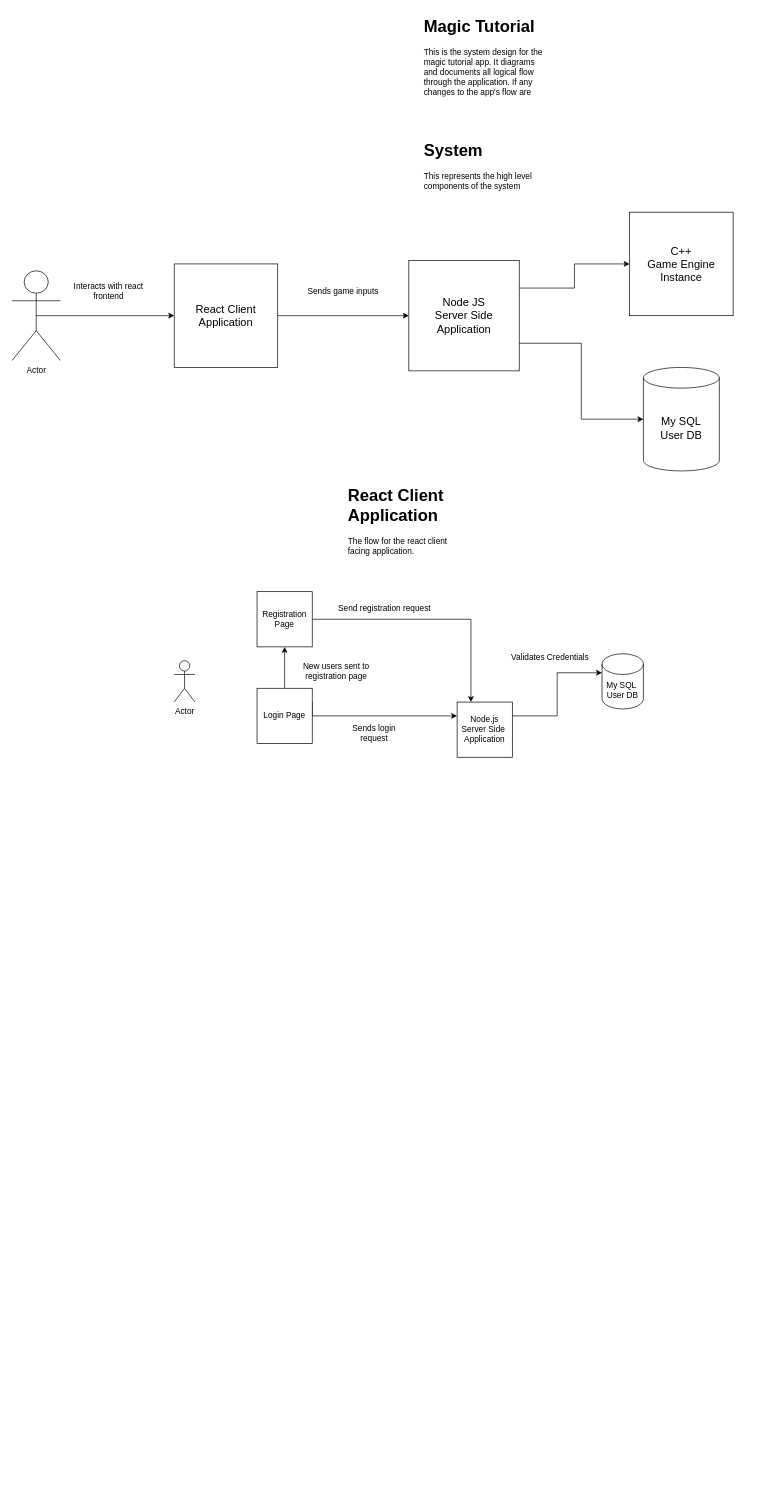
Above: MagicApp.drawio in chammond123/Magic-Tutorial (draw.io), before the change. Source tidied: cells renumbered, new cells numbered last; positions are measured from the earlier drawing's top-left corner, leaving out a move shared by most shapes. Both pictures are drawn from the tidied source at 69%, with x=0, y=0 at pixel (12, 12).
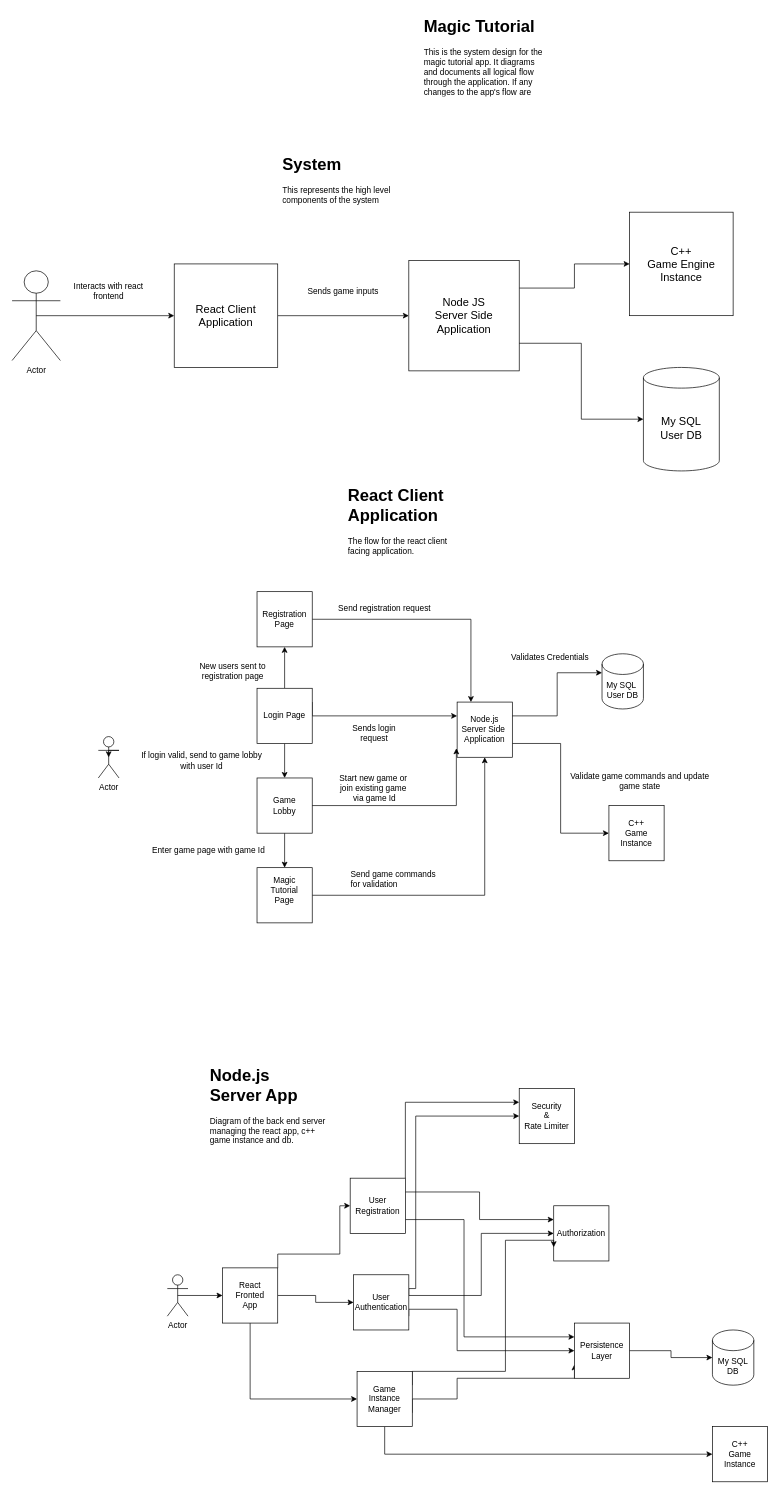
Above is the later version.

Unchanged cells that the change refers to:
```xml
<mxCell id="19" value="Login Page" style="whiteSpace=wrap;html=1;" parent="1" vertex="1">
  <mxGeometry x="355" y="980" width="80" height="80" as="geometry" />
</mxCell>
<mxCell id="20" value="&lt;div&gt;Node.js&lt;/div&gt;&lt;div&gt;Server Side&amp;nbsp;&lt;/div&gt;&lt;div&gt;Application&lt;/div&gt;" style="whiteSpace=wrap;html=1;" parent="1" vertex="1">
  <mxGeometry x="645" y="1000" width="80" height="80" as="geometry" />
</mxCell>
```

What changed in the source:
```diff
@@
     <mxCell id="3" value="&lt;h1 style=&quot;margin-top: 0px;&quot;&gt;System&lt;/h1&gt;&lt;p&gt;This represents the high level components of the system&lt;/p&gt;" style="text;html=1;whiteSpace=wrap;overflow=hidden;rounded=0;" parent="1" vertex="1">
-      <mxGeometry x="595" y="180" width="180" height="120" as="geometry" />
+      <mxGeometry x="390" y="200" width="180" height="120" as="geometry" />
     </mxCell>
@@
     <mxCell id="16" value="Actor" style="shape=umlActor;verticalLabelPosition=bottom;verticalAlign=top;html=1;outlineConnect=0;" parent="1" vertex="1">
-      <mxGeometry x="235" y="940" width="30" height="60" as="geometry" />
+      <mxGeometry x="125" y="1050" width="30" height="60" as="geometry" />
     </mxCell>
@@
+    <mxCell id="29" style="edgeStyle=orthogonalEdgeStyle;rounded=0;jettySize=auto;html=1;exitX=0.5;exitY=1;exitDx=0;exitDy=0;entryX=0.5;entryY=0;entryDx=0;entryDy=0;" parent="1" edge="1" source="19" target="32">
+      <mxGeometry relative="1" as="geometry" />
+    </mxCell>
@@
+    <mxCell id="30" style="edgeStyle=orthogonalEdgeStyle;rounded=0;jettySize=auto;html=1;exitX=1;exitY=0.75;exitDx=0;exitDy=0;entryX=0;entryY=0.5;entryDx=0;entryDy=0;" parent="1" edge="1" source="20" target="40">
+      <mxGeometry relative="1" as="geometry" />
+    </mxCell>
@@
     <mxCell id="27" value="New users sent to&lt;br&gt;registration page" style="text;html=1;align=center;verticalAlign=middle;whiteSpace=wrap;rounded=0;" parent="1" vertex="1">
-      <mxGeometry x="405" y="940" width="130" height="30" as="geometry" />
+      <mxGeometry x="255" y="940" width="130" height="30" as="geometry" />
     </mxCell>
@@
+    <mxCell id="31" style="edgeStyle=orthogonalEdgeStyle;rounded=0;jettySize=auto;html=1;exitX=0.5;exitY=1;exitDx=0;exitDy=0;entryX=0.5;entryY=0;entryDx=0;entryDy=0;" parent="1" edge="1" source="32" target="36">
+      <mxGeometry relative="1" as="geometry" />
+    </mxCell>
+    <mxCell id="32" value="Game&lt;br&gt;Lobby" style="whiteSpace=wrap;html=1;" parent="1" vertex="1">
+      <mxGeometry x="355" y="1110" width="80" height="80" as="geometry" />
+    </mxCell>
+    <mxCell id="33" style="edgeStyle=orthogonalEdgeStyle;rounded=0;jettySize=auto;html=1;exitX=1;exitY=0.5;exitDx=0;exitDy=0;entryX=-0.014;entryY=0.838;entryDx=0;entryDy=0;entryPerimeter=0;" parent="1" edge="1" source="32" target="20">
+      <mxGeometry relative="1" as="geometry" />
+    </mxCell>
+    <mxCell id="34" value="Start new game or&amp;nbsp;&lt;br&gt;join existing game&amp;nbsp;&lt;br&gt;via game Id" style="text;html=1;align=center;verticalAlign=middle;whiteSpace=wrap;rounded=0;" parent="1" vertex="1">
+      <mxGeometry x="452.5" y="1110" width="145" height="30" as="geometry" />
+    </mxCell>
+    <mxCell id="35" style="edgeStyle=orthogonalEdgeStyle;rounded=0;jettySize=auto;html=1;exitX=1;exitY=0.5;exitDx=0;exitDy=0;entryX=0.5;entryY=1;entryDx=0;entryDy=0;" parent="1" edge="1" source="36" target="20">
+      <mxGeometry relative="1" as="geometry" />
+    </mxCell>
+    <mxCell id="36" value="Magic&lt;br&gt;Tutorial&lt;br&gt;Page&lt;div&gt;&lt;br/&gt;&lt;/div&gt;" style="whiteSpace=wrap;html=1;" parent="1" vertex="1">
+      <mxGeometry x="355" y="1240" width="80" height="80" as="geometry" />
+    </mxCell>
+    <mxCell id="37" value="If login valid, send to game lobby&lt;br&gt;with user Id" style="text;html=1;align=center;verticalAlign=middle;whiteSpace=wrap;rounded=0;" parent="1" vertex="1">
+      <mxGeometry x="165" y="1070" width="220" height="30" as="geometry" />
+    </mxCell>
+    <mxCell id="38" value="Enter game page with game Id" style="text;html=1;align=center;verticalAlign=middle;whiteSpace=wrap;rounded=0;" parent="1" vertex="1">
+      <mxGeometry x="195" y="1200" width="180" height="30" as="geometry" />
+    </mxCell>
+    <mxCell id="39" value="Send game commands for validation" style="text;strokeColor=none;fillColor=none;align=left;verticalAlign=middle;spacingLeft=4;spacingRight=4;overflow=hidden;whiteSpace=wrap;html=1;" parent="1" vertex="1">
+      <mxGeometry x="485" y="1240" width="150" height="30" as="geometry" />
+    </mxCell>
+    <mxCell id="40" value="C++&lt;br&gt;Game&lt;br&gt;Instance" style="whiteSpace=wrap;html=1;" parent="1" vertex="1">
+      <mxGeometry x="865" y="1150" width="80" height="80" as="geometry" />
+    </mxCell>
+    <mxCell id="41" style="edgeStyle=orthogonalEdgeStyle;rounded=0;orthogonalLoop=1;jettySize=auto;html=1;exitX=1;exitY=0.3333333333333333;exitDx=0;exitDy=0;exitPerimeter=0;entryX=0.5;entryY=0.5;entryDx=0;entryDy=0;entryPerimeter=0;" parent="1" edge="1" source="16" target="16">
+      <mxGeometry relative="1" as="geometry" />
+    </mxCell>
+    <mxCell id="42" value="Validate game commands and update game state" style="text;html=1;align=center;verticalAlign=middle;whiteSpace=wrap;rounded=0;" parent="1" vertex="1">
+      <mxGeometry x="795" y="1100" width="230" height="30" as="geometry" />
+    </mxCell>
+    <mxCell id="43" value="&lt;h1 style=&quot;margin-top: 0px;&quot;&gt;Node.js&lt;br&gt;Server App&lt;/h1&gt;&lt;p&gt;Diagram of the back end server managing the react app, c++ game instance and db.&lt;/p&gt;" style="text;html=1;whiteSpace=wrap;overflow=hidden;rounded=0;" parent="1" vertex="1">
+      <mxGeometry x="285" y="1520" width="180" height="120" as="geometry" />
+    </mxCell>
+    <mxCell id="44" style="edgeStyle=orthogonalEdgeStyle;rounded=0;jettySize=auto;html=1;exitX=0.5;exitY=0.5;exitDx=0;exitDy=0;exitPerimeter=0;entryX=0;entryY=0.5;entryDx=0;entryDy=0;" parent="1" edge="1" source="45" target="49">
+      <mxGeometry relative="1" as="geometry" />
+    </mxCell>
+    <mxCell id="45" value="Actor" style="shape=umlActor;verticalLabelPosition=bottom;verticalAlign=top;html=1;outlineConnect=0;" parent="1" vertex="1">
+      <mxGeometry x="225" y="1830" width="30" height="60" as="geometry" />
+    </mxCell>
+    <mxCell id="46" style="edgeStyle=orthogonalEdgeStyle;rounded=0;jettySize=auto;html=1;entryX=0;entryY=0.5;entryDx=0;entryDy=0;" parent="1" edge="1" source="49" target="53">
+      <mxGeometry relative="1" as="geometry">
+        <Array as="points">
+          <mxPoint x="385" y="1800" />
+          <mxPoint x="475" y="1800" />
+          <mxPoint x="475" y="1730" />
+        </Array>
+      </mxGeometry>
+    </mxCell>
+    <mxCell id="47" style="edgeStyle=orthogonalEdgeStyle;rounded=0;jettySize=auto;html=1;exitX=1;exitY=0.5;exitDx=0;exitDy=0;entryX=0;entryY=0.5;entryDx=0;entryDy=0;" parent="1" edge="1" source="49" target="57">
+      <mxGeometry relative="1" as="geometry" />
+    </mxCell>
+    <mxCell id="48" style="edgeStyle=orthogonalEdgeStyle;rounded=0;jettySize=auto;html=1;exitX=0.5;exitY=1;exitDx=0;exitDy=0;entryX=0;entryY=0.5;entryDx=0;entryDy=0;" parent="1" edge="1" source="49" target="62">
+      <mxGeometry relative="1" as="geometry" />
+    </mxCell>
+    <mxCell id="49" value="React&lt;br&gt;Fronted&lt;br&gt;App" style="whiteSpace=wrap;html=1;" parent="1" vertex="1">
+      <mxGeometry x="305" y="1820" width="80" height="80" as="geometry" />
+    </mxCell>
+    <mxCell id="50" style="edgeStyle=orthogonalEdgeStyle;rounded=0;jettySize=auto;html=1;entryX=0;entryY=0.25;entryDx=0;entryDy=0;exitX=1;exitY=0;exitDx=0;exitDy=0;" parent="1" edge="1" source="53" target="63">
+      <mxGeometry relative="1" as="geometry" />
+    </mxCell>
+    <mxCell id="51" style="edgeStyle=orthogonalEdgeStyle;rounded=0;jettySize=auto;html=1;exitX=1;exitY=0.25;exitDx=0;exitDy=0;entryX=0;entryY=0.25;entryDx=0;entryDy=0;" parent="1" edge="1" source="53" target="58">
+      <mxGeometry relative="1" as="geometry" />
+    </mxCell>
+    <mxCell id="52" style="edgeStyle=orthogonalEdgeStyle;rounded=0;jettySize=auto;html=1;exitX=1;exitY=0.75;exitDx=0;exitDy=0;entryX=0;entryY=0.25;entryDx=0;entryDy=0;" parent="1" edge="1" source="53" target="64">
+      <mxGeometry relative="1" as="geometry">
+        <Array as="points">
+          <mxPoint x="655" y="1750" />
+          <mxPoint x="655" y="1920" />
+        </Array>
+      </mxGeometry>
+    </mxCell>
+    <mxCell id="53" value="User Registration" style="whiteSpace=wrap;html=1;" parent="1" vertex="1">
+      <mxGeometry x="490" y="1690" width="80" height="80" as="geometry" />
+    </mxCell>
+    <mxCell id="54" style="edgeStyle=orthogonalEdgeStyle;rounded=0;jettySize=auto;html=1;exitX=1;exitY=0.25;exitDx=0;exitDy=0;entryX=0;entryY=0.5;entryDx=0;entryDy=0;" parent="1" edge="1" source="57" target="63">
+      <mxGeometry relative="1" as="geometry">
+        <Array as="points">
+          <mxPoint x="585" y="1850" />
+          <mxPoint x="585" y="1600" />
+        </Array>
+      </mxGeometry>
+    </mxCell>
+    <mxCell id="55" style="edgeStyle=orthogonalEdgeStyle;rounded=0;jettySize=auto;html=1;exitX=1;exitY=0.25;exitDx=0;exitDy=0;entryX=0;entryY=0.5;entryDx=0;entryDy=0;" parent="1" edge="1" source="57" target="58">
+      <mxGeometry relative="1" as="geometry">
+        <Array as="points">
+          <mxPoint x="575" y="1860" />
+          <mxPoint x="680" y="1860" />
+          <mxPoint x="680" y="1770" />
+        </Array>
+      </mxGeometry>
+    </mxCell>
+    <mxCell id="56" style="edgeStyle=orthogonalEdgeStyle;rounded=0;jettySize=auto;html=1;exitX=1;exitY=0.75;exitDx=0;exitDy=0;entryX=0;entryY=0.5;entryDx=0;entryDy=0;" parent="1" edge="1" source="57" target="64">
+      <mxGeometry relative="1" as="geometry">
+        <Array as="points">
+          <mxPoint x="645" y="1880" />
+          <mxPoint x="645" y="1940" />
+        </Array>
+      </mxGeometry>
+    </mxCell>
+    <mxCell id="57" value="User&lt;br&gt;Authentication" style="whiteSpace=wrap;html=1;" parent="1" vertex="1">
+      <mxGeometry x="495" y="1830" width="80" height="80" as="geometry" />
+    </mxCell>
+    <mxCell id="58" value="Authorization" style="whiteSpace=wrap;html=1;" parent="1" vertex="1">
+      <mxGeometry x="785" y="1730" width="80" height="80" as="geometry" />
+    </mxCell>
+    <mxCell id="59" style="edgeStyle=orthogonalEdgeStyle;rounded=0;jettySize=auto;html=1;exitX=1;exitY=0.25;exitDx=0;exitDy=0;entryX=0;entryY=0.75;entryDx=0;entryDy=0;" parent="1" edge="1" source="62" target="58">
+      <mxGeometry relative="1" as="geometry">
+        <Array as="points">
+          <mxPoint x="715" y="1970" />
+          <mxPoint x="715" y="1780" />
+          <mxPoint x="785" y="1780" />
+        </Array>
+      </mxGeometry>
+    </mxCell>
+    <mxCell id="60" style="edgeStyle=orthogonalEdgeStyle;rounded=0;jettySize=auto;html=1;exitX=1;exitY=0.75;exitDx=0;exitDy=0;entryX=0;entryY=0.75;entryDx=0;entryDy=0;" parent="1" edge="1" source="62" target="64">
+      <mxGeometry relative="1" as="geometry">
+        <Array as="points">
+          <mxPoint x="645" y="2010" />
+          <mxPoint x="645" y="1980" />
+          <mxPoint x="815" y="1980" />
+        </Array>
+      </mxGeometry>
+    </mxCell>
+    <mxCell id="61" style="edgeStyle=orthogonalEdgeStyle;rounded=0;jettySize=auto;html=1;exitX=0.5;exitY=1;exitDx=0;exitDy=0;entryX=0;entryY=0.5;entryDx=0;entryDy=0;" parent="1" edge="1" source="62" target="65">
+      <mxGeometry relative="1" as="geometry" />
+    </mxCell>
+    <mxCell id="62" value="Game&lt;br&gt;Instance&lt;br&gt;Manager" style="whiteSpace=wrap;html=1;" parent="1" vertex="1">
+      <mxGeometry x="500" y="1970" width="80" height="80" as="geometry" />
+    </mxCell>
+    <mxCell id="63" value="&lt;div&gt;Security&lt;/div&gt;&lt;div&gt;&amp;amp;&lt;/div&gt;&lt;div&gt;Rate Limiter&lt;/div&gt;" style="whiteSpace=wrap;html=1;" parent="1" vertex="1">
+      <mxGeometry x="735" y="1560" width="80" height="80" as="geometry" />
+    </mxCell>
+    <mxCell id="64" value="&lt;div&gt;Persistence&lt;/div&gt;&lt;div&gt;Layer&lt;/div&gt;" style="whiteSpace=wrap;html=1;" parent="1" vertex="1">
+      <mxGeometry x="815" y="1900" width="80" height="80" as="geometry" />
+    </mxCell>
+    <mxCell id="65" value="&lt;div&gt;C++&lt;/div&gt;&lt;div&gt;Game&lt;/div&gt;&lt;div&gt;Instance&lt;/div&gt;" style="whiteSpace=wrap;html=1;" parent="1" vertex="1">
+      <mxGeometry x="1015" y="2050" width="80" height="80" as="geometry" />
+    </mxCell>
+    <mxCell id="66" value="&lt;div&gt;My SQL&lt;/div&gt;&lt;div&gt;DB&lt;/div&gt;" style="shape=cylinder3;whiteSpace=wrap;html=1;boundedLbl=1;backgroundOutline=1;size=15;" parent="1" vertex="1">
+      <mxGeometry x="1015" y="1910" width="60" height="80" as="geometry" />
+    </mxCell>
+    <mxCell id="67" style="edgeStyle=orthogonalEdgeStyle;rounded=0;jettySize=auto;html=1;exitX=1;exitY=0.5;exitDx=0;exitDy=0;entryX=0;entryY=0.5;entryDx=0;entryDy=0;entryPerimeter=0;" parent="1" edge="1" source="64" target="66">
+      <mxGeometry relative="1" as="geometry" />
+    </mxCell>
```
